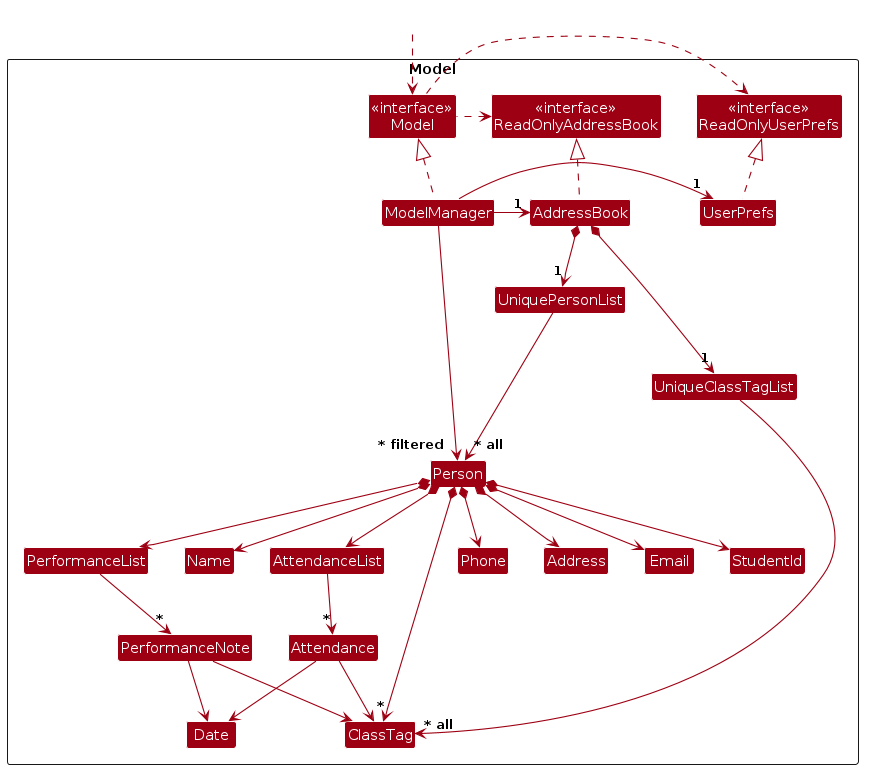
Earlier version of the PlantUML export diagrams/ModelClassDiagram.png (AY2526S1-CS2103T-F10-3/tp). Its source is kept beside it as diagrams/ModelClassDiagram.puml.
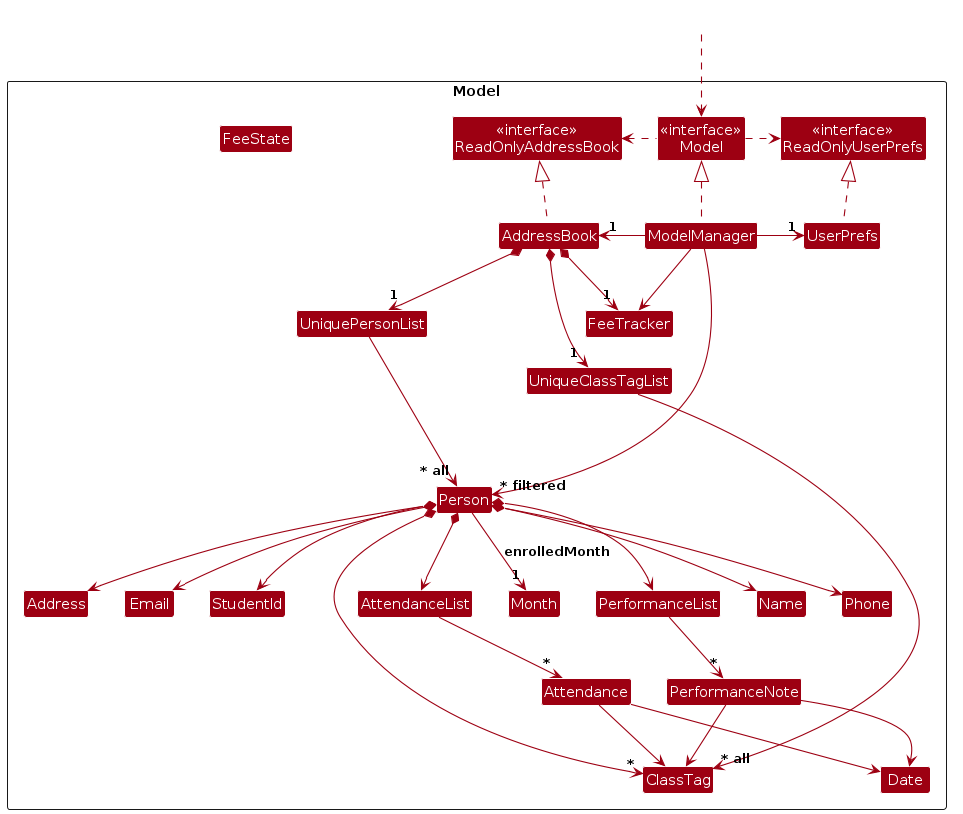
After the change.

Change to the diagram source:
```diff
@@ -24,9 +24,11 @@
 Class AttendanceList
 Class Attendance
 Class Date
+Class FeeTracker
+Class FeeState
+Class Month
 Class PerformanceList
 Class PerformanceNote
-
 Class I #FFFFFF
 }
 
@@ -44,6 +46,10 @@
 
 AddressBook *--> "1" UniquePersonList
 AddressBook *--> "1" UniqueClassTagList
+AddressBook *--> "1" FeeTracker
+
+ModelManager --> FeeTracker
+
 UniquePersonList --> "~* all" Person
 UniqueClassTagList --> "~* all" ClassTag
 Person *--> Name
@@ -53,6 +59,7 @@
 Person *--> StudentId
 Person *--> "*" ClassTag
 Person *--> AttendanceList
+Person --> "1" Month : enrolledMonth
 Person *--> PerformanceList
 
 AttendanceList --> "*" Attendance
```
